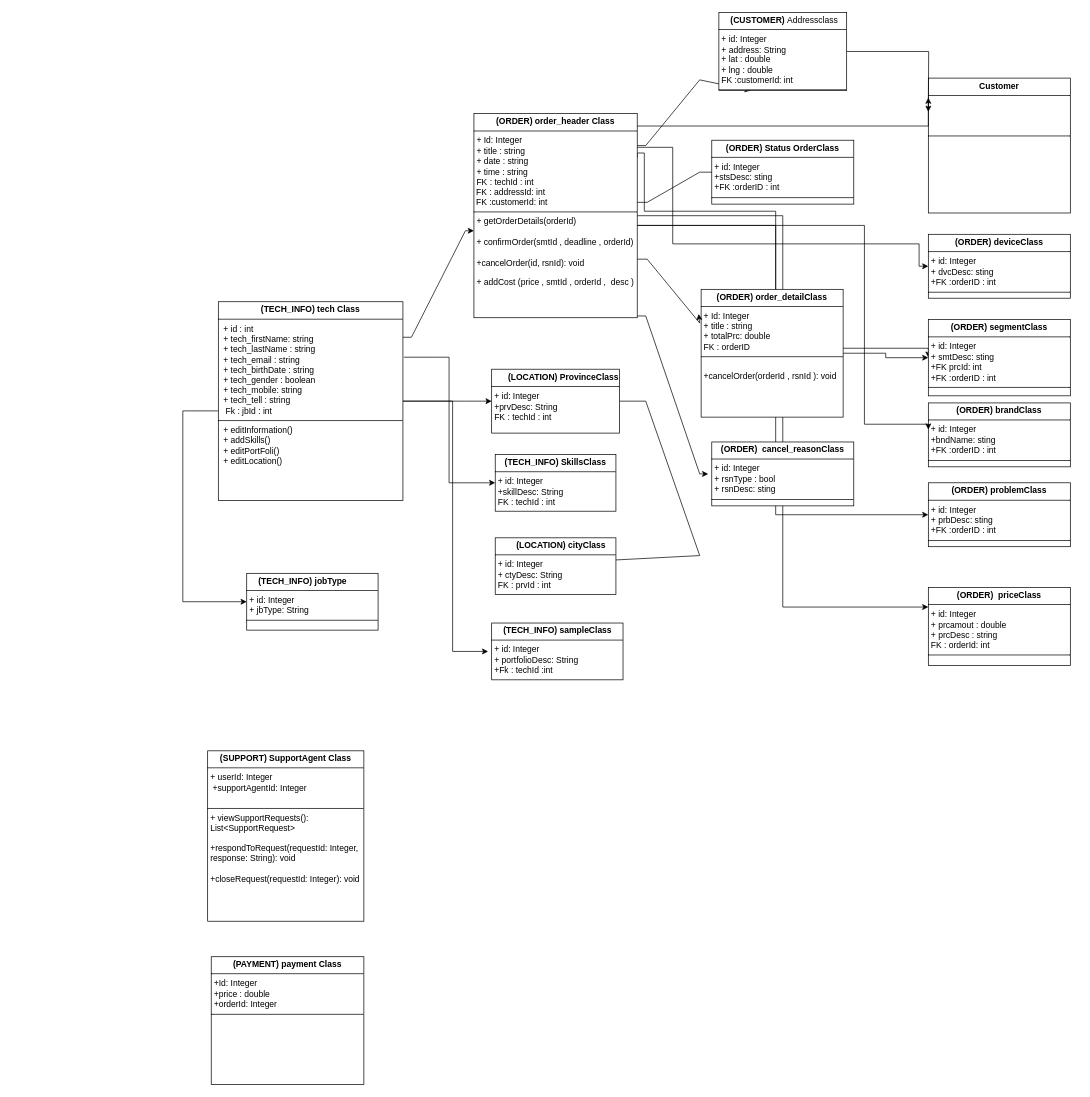
reyhanehSP/pwaTech keeps this draw.io diagram as tech.drawio. Above is the earlier version. Source tidied: cells renumbered, new cells numbered last; positions are measured from the earlier drawing's top-left corner, leaving out a move shared by most shapes. Both pictures are drawn from the tidied source at 71%, with x=0, y=0 at pixel (182, 12).
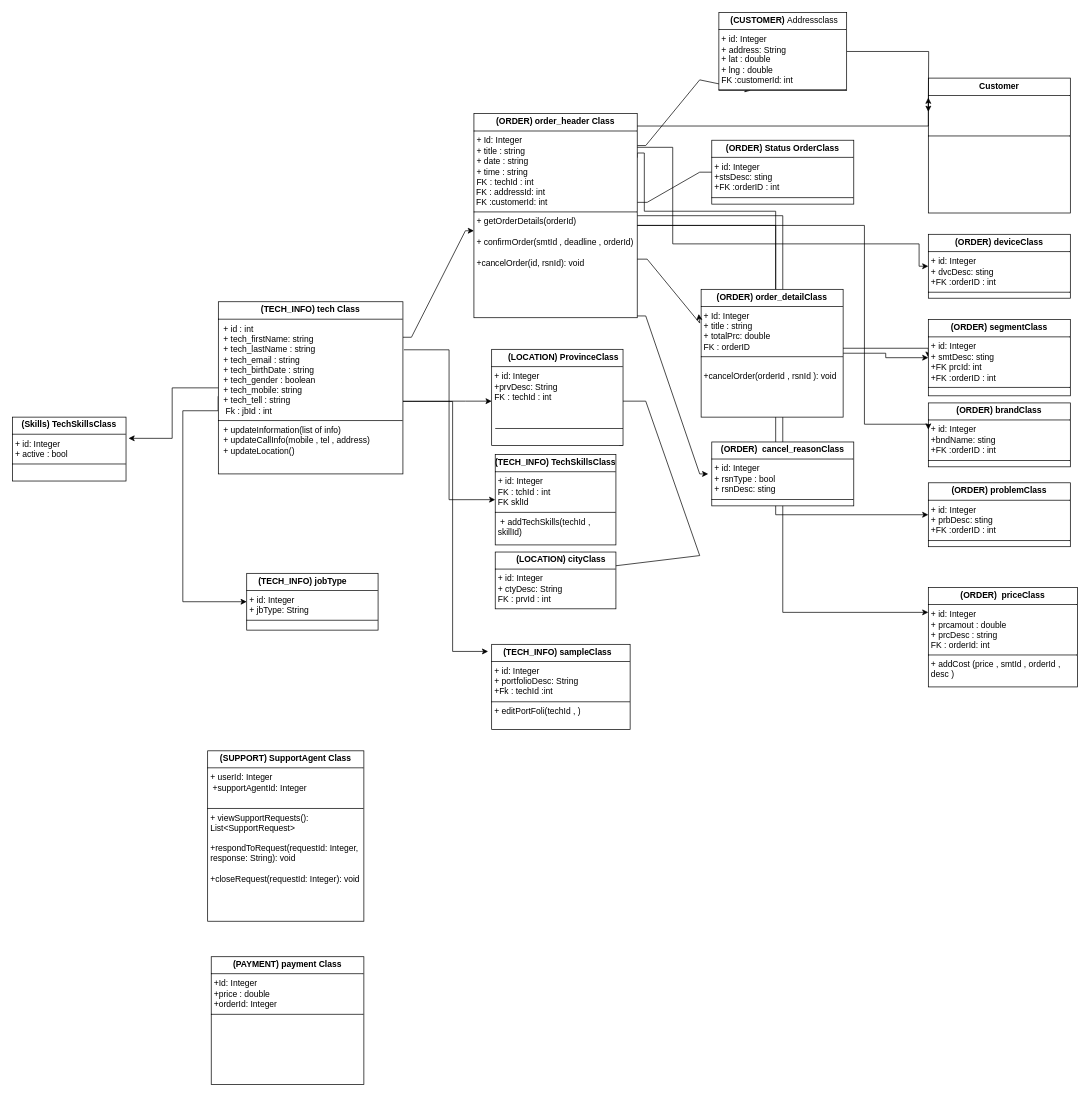
The same page after the edit.

Diff of the diagram source:
```diff
@@
-    <mxCell id="7" value="&lt;p style=&quot;margin:0px;margin-top:4px;text-align:center;&quot;&gt;&lt;b&gt;(TECH_INFO) tech Class&lt;/b&gt;&lt;/p&gt;&lt;hr size=&quot;1&quot; style=&quot;border-style:solid;&quot;&gt;&lt;p style=&quot;margin:0px;margin-left:4px;&quot;&gt;&amp;nbsp;+ id : int&lt;br&gt;&amp;nbsp;+ tech_firstName: string&lt;/p&gt;&lt;p style=&quot;margin:0px;margin-left:4px;&quot;&gt;&amp;nbsp;+&amp;nbsp;&lt;span style=&quot;background-color: initial;&quot;&gt;tech_&lt;/span&gt;&lt;span style=&quot;background-color: initial;&quot;&gt;lastName : string&lt;/span&gt;&lt;/p&gt;&lt;p style=&quot;margin:0px;margin-left:4px;&quot;&gt;&amp;nbsp;+&amp;nbsp;&lt;span style=&quot;background-color: initial;&quot;&gt;tech_&lt;/span&gt;&lt;span style=&quot;background-color: initial;&quot;&gt;email : string&lt;/span&gt;&lt;/p&gt;&lt;p style=&quot;margin:0px;margin-left:4px;&quot;&gt;&amp;nbsp;+ tech_birthDate : string&lt;/p&gt;&lt;p style=&quot;margin:0px;margin-left:4px;&quot;&gt;&amp;nbsp;+ tech_gender : boolean&lt;/p&gt;&lt;p style=&quot;margin:0px;margin-left:4px;&quot;&gt;&lt;span style=&quot;background-color: initial;&quot;&gt;&amp;nbsp;+ tech_mobile: string&lt;/span&gt;&lt;/p&gt;&lt;p style=&quot;margin:0px;margin-left:4px;&quot;&gt;&amp;nbsp;+ tech_tell : string&lt;/p&gt;&lt;p style=&quot;margin:0px;margin-left:4px;&quot;&gt;&amp;nbsp; Fk : jbId : int&lt;/p&gt;&lt;hr size=&quot;1&quot; style=&quot;border-style:solid;&quot;&gt;&lt;p style=&quot;margin:0px;margin-left:4px;&quot;&gt;&amp;nbsp;+ editInformation()&lt;br&gt;&amp;nbsp;+ addSkills()&lt;br&gt;&amp;nbsp;+ editPortFoli()&lt;br&gt;&amp;nbsp;+ editLocation()&lt;br&gt;&lt;/p&gt;" style="verticalAlign=top;align=left;overflow=fill;html=1;whiteSpace=wrap;" parent="1" vertex="1">
-      <mxGeometry x="50" y="407.5" width="260" height="280" as="geometry" />
+    <mxCell id="7" value="&lt;p style=&quot;margin:0px;margin-top:4px;text-align:center;&quot;&gt;&lt;b&gt;(TECH_INFO) tech Class&lt;/b&gt;&lt;/p&gt;&lt;hr size=&quot;1&quot; style=&quot;border-style:solid;&quot;&gt;&lt;p style=&quot;margin:0px;margin-left:4px;&quot;&gt;&amp;nbsp;+ id : int&lt;br&gt;&amp;nbsp;+ tech_firstName: string&lt;/p&gt;&lt;p style=&quot;margin:0px;margin-left:4px;&quot;&gt;&amp;nbsp;+&amp;nbsp;&lt;span style=&quot;background-color: initial;&quot;&gt;tech_&lt;/span&gt;&lt;span style=&quot;background-color: initial;&quot;&gt;lastName : string&lt;/span&gt;&lt;/p&gt;&lt;p style=&quot;margin:0px;margin-left:4px;&quot;&gt;&amp;nbsp;+&amp;nbsp;&lt;span style=&quot;background-color: initial;&quot;&gt;tech_&lt;/span&gt;&lt;span style=&quot;background-color: initial;&quot;&gt;email : string&lt;/span&gt;&lt;/p&gt;&lt;p style=&quot;margin:0px;margin-left:4px;&quot;&gt;&amp;nbsp;+ tech_birthDate : string&lt;/p&gt;&lt;p style=&quot;margin:0px;margin-left:4px;&quot;&gt;&amp;nbsp;+ tech_gender : boolean&lt;/p&gt;&lt;p style=&quot;margin:0px;margin-left:4px;&quot;&gt;&lt;span style=&quot;background-color: initial;&quot;&gt;&amp;nbsp;+ tech_mobile: string&lt;/span&gt;&lt;/p&gt;&lt;p style=&quot;margin:0px;margin-left:4px;&quot;&gt;&amp;nbsp;+ tech_tell : string&lt;/p&gt;&lt;p style=&quot;margin:0px;margin-left:4px;&quot;&gt;&amp;nbsp; Fk : jbId : int&lt;/p&gt;&lt;hr size=&quot;1&quot; style=&quot;border-style:solid;&quot;&gt;&lt;p style=&quot;margin:0px;margin-left:4px;&quot;&gt;&amp;nbsp;+ updateInformation(list of info)&lt;/p&gt;&lt;p style=&quot;margin:0px;margin-left:4px;&quot;&gt;&amp;nbsp;+ updateCallInfo(mobile , tel , address)&lt;br&gt;&amp;nbsp;+ updateLocation()&lt;br&gt;&amp;nbsp;&lt;br&gt;&amp;nbsp;&lt;br&gt;&lt;/p&gt;" style="verticalAlign=top;align=left;overflow=fill;html=1;whiteSpace=wrap;" parent="1" vertex="1">
+      <mxGeometry x="50" y="407.5" width="260" height="242.5" as="geometry" />
     </mxCell>
-    <mxCell id="8" value="&lt;p style=&quot;margin:0px;margin-top:4px;text-align:center;&quot;&gt;&lt;b style=&quot;background-color: initial;&quot;&gt;(&lt;/b&gt;&lt;b&gt;TECH_INFO&lt;/b&gt;&lt;b style=&quot;background-color: initial;&quot;&gt;)&amp;nbsp;&lt;/b&gt;&lt;b&gt;&lt;span style=&quot;background-color: initial; text-align: left;&quot;&gt;SkillsC&lt;/span&gt;lass&lt;/b&gt;&lt;/p&gt;&lt;hr size=&quot;1&quot; style=&quot;border-style:solid;&quot;&gt;&lt;p style=&quot;margin:0px;margin-left:4px;&quot;&gt;+ id: Integer&lt;/p&gt;&lt;p style=&quot;margin:0px;margin-left:4px;&quot;&gt;+skillDesc: String&lt;/p&gt;&lt;p style=&quot;margin:0px;margin-left:4px;&quot;&gt;FK : techId : int&lt;/p&gt;&lt;hr size=&quot;1&quot; style=&quot;border-style:solid;&quot;&gt;&lt;p style=&quot;margin:0px;margin-left:4px;&quot;&gt;&lt;br&gt;&lt;/p&gt;" style="verticalAlign=top;align=left;overflow=fill;html=1;whiteSpace=wrap;" parent="1" vertex="1">
-      <mxGeometry x="440" y="622.5" width="170" height="80" as="geometry" />
+    <mxCell id="8" value="&lt;p style=&quot;margin:0px;margin-top:4px;text-align:center;&quot;&gt;&lt;b style=&quot;background-color: initial;&quot;&gt;(&lt;/b&gt;&lt;b&gt;TECH_INFO&lt;/b&gt;&lt;b style=&quot;background-color: initial;&quot;&gt;) Tech&lt;/b&gt;&lt;b&gt;&lt;span style=&quot;background-color: initial; text-align: left;&quot;&gt;SkillsC&lt;/span&gt;lass&lt;/b&gt;&lt;/p&gt;&lt;hr size=&quot;1&quot; style=&quot;border-style:solid;&quot;&gt;&lt;p style=&quot;margin:0px;margin-left:4px;&quot;&gt;+ id: Integer&lt;/p&gt;&lt;p style=&quot;margin:0px;margin-left:4px;&quot;&gt;FK : tchId : int&lt;/p&gt;&lt;p style=&quot;margin:0px;margin-left:4px;&quot;&gt;FK sklId&lt;/p&gt;&lt;hr size=&quot;1&quot; style=&quot;border-style:solid;&quot;&gt;&lt;p style=&quot;margin:0px;margin-left:4px;&quot;&gt;&amp;nbsp;+ addTech&lt;span style=&quot;background-color: initial;&quot;&gt;Skills(techId , skillId)&lt;/span&gt;&lt;/p&gt;" style="verticalAlign=top;align=left;overflow=fill;html=1;whiteSpace=wrap;" parent="1" vertex="1">
+      <mxGeometry x="440" y="622.5" width="170" height="127.5" as="geometry" />
     </mxCell>
@@
-    <mxCell id="14" value="&lt;p style=&quot;margin:0px;margin-top:4px;text-align:center;&quot;&gt;&lt;b&gt;(ORDER)&amp;nbsp;&lt;/b&gt;&lt;b style=&quot;background-color: initial;&quot;&gt;order_header Class&lt;/b&gt;&lt;/p&gt;&lt;hr size=&quot;1&quot; style=&quot;border-style:solid;&quot;&gt;&lt;p style=&quot;margin:0px;margin-left:4px;&quot;&gt;+ Id: Integer&lt;/p&gt;&lt;p style=&quot;margin:0px;margin-left:4px;&quot;&gt;+ title : string&lt;/p&gt;&lt;p style=&quot;margin:0px;margin-left:4px;&quot;&gt;+ date : string&lt;br&gt;+ time : string&lt;br&gt;&lt;/p&gt;&lt;p style=&quot;margin:0px;margin-left:4px;&quot;&gt;&lt;span style=&quot;background-color: initial;&quot;&gt;FK : techId : int&lt;/span&gt;&lt;/p&gt;&amp;nbsp;FK : addressId: int&lt;div&gt;&amp;nbsp;FK :customerId: int&lt;br&gt;&lt;hr size=&quot;1&quot; style=&quot;border-style:solid;&quot;&gt;&lt;p style=&quot;margin:0px;margin-left:4px;&quot;&gt;+ getOrderDetails(orderId)&lt;/p&gt;&lt;p style=&quot;margin:0px;margin-left:4px;&quot;&gt;&lt;br&gt;+ confirmOrder(smtId , deadline , orderId)&lt;/p&gt;&lt;p style=&quot;margin:0px;margin-left:4px;&quot;&gt;&lt;br&gt;&lt;/p&gt;&lt;p style=&quot;margin:0px;margin-left:4px;&quot;&gt;+cancelOrder(id, rsnId): void&lt;/p&gt;&lt;p style=&quot;margin:0px;margin-left:4px;&quot;&gt;&amp;nbsp;&lt;/p&gt;&lt;p style=&quot;margin:0px;margin-left:4px;&quot;&gt;+ addCost (price , smtId , orderId ,&amp;nbsp; desc )&lt;br&gt;&lt;br&gt;&lt;/p&gt;&lt;/div&gt;" style="verticalAlign=top;align=left;overflow=fill;html=1;whiteSpace=wrap;" parent="1" vertex="1">
+    <mxCell id="14" value="&lt;p style=&quot;margin:0px;margin-top:4px;text-align:center;&quot;&gt;&lt;b&gt;(ORDER)&amp;nbsp;&lt;/b&gt;&lt;b style=&quot;background-color: initial;&quot;&gt;order_header Class&lt;/b&gt;&lt;/p&gt;&lt;hr size=&quot;1&quot; style=&quot;border-style:solid;&quot;&gt;&lt;p style=&quot;margin:0px;margin-left:4px;&quot;&gt;+ Id: Integer&lt;/p&gt;&lt;p style=&quot;margin:0px;margin-left:4px;&quot;&gt;+ title : string&lt;/p&gt;&lt;p style=&quot;margin:0px;margin-left:4px;&quot;&gt;+ date : string&lt;br&gt;+ time : string&lt;br&gt;&lt;/p&gt;&lt;p style=&quot;margin:0px;margin-left:4px;&quot;&gt;&lt;span style=&quot;background-color: initial;&quot;&gt;FK : techId : int&lt;/span&gt;&lt;/p&gt;&amp;nbsp;FK : addressId: int&lt;div&gt;&amp;nbsp;FK :customerId: int&lt;br&gt;&lt;hr size=&quot;1&quot; style=&quot;border-style:solid;&quot;&gt;&lt;p style=&quot;margin:0px;margin-left:4px;&quot;&gt;+ getOrderDetails(orderId)&lt;/p&gt;&lt;p style=&quot;margin:0px;margin-left:4px;&quot;&gt;&lt;br&gt;+ confirmOrder(smtId , deadline , orderId)&lt;/p&gt;&lt;p style=&quot;margin:0px;margin-left:4px;&quot;&gt;&lt;br&gt;&lt;/p&gt;&lt;p style=&quot;margin:0px;margin-left:4px;&quot;&gt;+cancelOrder(id, rsnId): void&lt;/p&gt;&lt;p style=&quot;margin:0px;margin-left:4px;&quot;&gt;&amp;nbsp;&lt;/p&gt;&lt;p style=&quot;margin:0px;margin-left:4px;&quot;&gt;&lt;br&gt;&lt;br&gt;&lt;/p&gt;&lt;/div&gt;" style="verticalAlign=top;align=left;overflow=fill;html=1;whiteSpace=wrap;" parent="1" vertex="1">
       <mxGeometry x="410" y="142.5" width="230" height="287.5" as="geometry" />
     </mxCell>
@@
+    <mxCell id="40" style="edgeStyle=orthogonalEdgeStyle;rounded=0;jettySize=auto;html=1;exitX=1;exitY=1;exitDx=0;exitDy=0;" parent="1" edge="1" source="22">
+      <mxGeometry relative="1" as="geometry">
+        <mxPoint x="615.1" y="600" as="targetPoint" />
+      </mxGeometry>
+    </mxCell>
-    <mxCell id="22" value="&lt;p style=&quot;text-align: left; margin: 4px 0px 0px;&quot;&gt;&lt;b style=&quot;background-color: initial;&quot;&gt;&amp;nbsp; &amp;nbsp; &amp;nbsp; &amp;nbsp;(&lt;/b&gt;&lt;b style=&quot;background-color: initial;&quot;&gt;LOCATION&lt;/b&gt;&lt;b style=&quot;background-color: initial;&quot;&gt;) &lt;/b&gt;&lt;span style=&quot;background-color: initial;&quot;&gt;&lt;b&gt;ProvinceC&lt;/b&gt;&lt;/span&gt;&lt;b&gt;lass&lt;/b&gt;&lt;/p&gt;&lt;hr size=&quot;1&quot; style=&quot;border-style:solid;&quot;&gt;&lt;p style=&quot;margin:0px;margin-left:4px;&quot;&gt;+ id: Integer&lt;/p&gt;&lt;p style=&quot;margin:0px;margin-left:4px;&quot;&gt;+prvDesc: String&lt;br&gt;FK : techId : int&lt;br&gt;&lt;/p&gt;&lt;p style=&quot;margin:0px;margin-left:4px;&quot;&gt;&lt;br&gt;&lt;/p&gt;" style="verticalAlign=top;align=left;overflow=fill;html=1;whiteSpace=wrap;" parent="1" vertex="1">
-      <mxGeometry x="435" y="502.5" width="180" height="90" as="geometry" />
+    <mxCell id="22" value="&lt;p style=&quot;text-align: left; margin: 4px 0px 0px;&quot;&gt;&lt;b style=&quot;background-color: initial;&quot;&gt;&amp;nbsp; &amp;nbsp; &amp;nbsp; &amp;nbsp;(&lt;/b&gt;&lt;b style=&quot;background-color: initial;&quot;&gt;LOCATION&lt;/b&gt;&lt;b style=&quot;background-color: initial;&quot;&gt;) &lt;/b&gt;&lt;span style=&quot;background-color: initial;&quot;&gt;&lt;b&gt;ProvinceC&lt;/b&gt;&lt;/span&gt;&lt;b&gt;lass&lt;/b&gt;&lt;/p&gt;&lt;hr size=&quot;1&quot; style=&quot;border-style:solid;&quot;&gt;&lt;p style=&quot;margin:0px;margin-left:4px;&quot;&gt;+ id: Integer&lt;/p&gt;&lt;p style=&quot;margin:0px;margin-left:4px;&quot;&gt;+prvDesc: String&lt;br&gt;FK : techId : int&lt;/p&gt;" style="verticalAlign=top;align=left;overflow=fill;html=1;whiteSpace=wrap;" parent="1" vertex="1">
+      <mxGeometry x="435" y="474.5" width="185" height="135.5" as="geometry" />
     </mxCell>
     <mxCell id="23" value="&lt;p style=&quot;text-align: left; margin: 4px 0px 0px;&quot;&gt;&lt;b style=&quot;background-color: initial;&quot;&gt;&amp;nbsp; &amp;nbsp; &amp;nbsp; &amp;nbsp; &amp;nbsp;(LOCATION) cityClass&lt;/b&gt;&lt;/p&gt;&lt;hr size=&quot;1&quot; style=&quot;border-style:solid;&quot;&gt;&lt;p style=&quot;margin:0px;margin-left:4px;&quot;&gt;+ id: Integer&lt;/p&gt;&lt;p style=&quot;margin:0px;margin-left:4px;&quot;&gt;+ ctyDesc: String&lt;br&gt;FK :&amp;nbsp;&lt;span style=&quot;background-color: initial;&quot;&gt;prvId&lt;/span&gt;&lt;span style=&quot;background-color: initial;&quot;&gt;&amp;nbsp;: int&lt;/span&gt;&lt;/p&gt;&lt;hr size=&quot;1&quot; style=&quot;border-style:solid;&quot;&gt;&lt;p style=&quot;margin:0px;margin-left:4px;&quot;&gt;&lt;br&gt;&lt;/p&gt;" style="verticalAlign=top;align=left;overflow=fill;html=1;whiteSpace=wrap;" parent="1" vertex="1">
-      <mxGeometry x="440" y="740" width="170" height="80" as="geometry" />
+      <mxGeometry x="440" y="760" width="170" height="80" as="geometry" />
     </mxCell>
-    <mxCell id="24" value="&lt;p style=&quot;text-align: left; margin: 4px 0px 0px;&quot;&gt;&lt;b style=&quot;background-color: initial;&quot;&gt;&amp;nbsp; &amp;nbsp; &amp;nbsp;(&lt;/b&gt;&lt;b style=&quot;text-align: center;&quot;&gt;TECH_INFO&lt;/b&gt;&lt;b style=&quot;background-color: initial;&quot;&gt;)&amp;nbsp;&lt;/b&gt;&lt;span style=&quot;background-color: initial;&quot;&gt;&lt;b&gt;sampleClass&lt;/b&gt;&lt;/span&gt;&lt;/p&gt;&lt;hr size=&quot;1&quot; style=&quot;border-style:solid;&quot;&gt;&lt;p style=&quot;margin:0px;margin-left:4px;&quot;&gt;+ id: Integer&lt;/p&gt;&lt;p style=&quot;margin:0px;margin-left:4px;&quot;&gt;+ p&lt;span style=&quot;background-color: initial;&quot;&gt;ortfolio&lt;/span&gt;&lt;span style=&quot;background-color: initial;&quot;&gt;Desc: String&lt;/span&gt;&lt;/p&gt;&lt;p style=&quot;margin:0px;margin-left:4px;&quot;&gt;&lt;span style=&quot;background-color: initial;&quot;&gt;+Fk : techId :int&lt;/span&gt;&lt;/p&gt;&lt;hr size=&quot;1&quot; style=&quot;border-style:solid;&quot;&gt;&lt;p style=&quot;margin:0px;margin-left:4px;&quot;&gt;&lt;br&gt;&lt;/p&gt;" style="verticalAlign=top;align=left;overflow=fill;html=1;whiteSpace=wrap;" parent="1" vertex="1">
-      <mxGeometry x="435" y="860" width="185" height="80" as="geometry" />
+    <mxCell id="24" value="&lt;p style=&quot;text-align: left; margin: 4px 0px 0px;&quot;&gt;&lt;b style=&quot;background-color: initial;&quot;&gt;&amp;nbsp; &amp;nbsp; &amp;nbsp;(&lt;/b&gt;&lt;b style=&quot;text-align: center;&quot;&gt;TECH_INFO&lt;/b&gt;&lt;b style=&quot;background-color: initial;&quot;&gt;)&amp;nbsp;&lt;/b&gt;&lt;span style=&quot;background-color: initial;&quot;&gt;&lt;b&gt;sampleClass&lt;/b&gt;&lt;/span&gt;&lt;/p&gt;&lt;hr size=&quot;1&quot; style=&quot;border-style:solid;&quot;&gt;&lt;p style=&quot;margin:0px;margin-left:4px;&quot;&gt;+ id: Integer&lt;/p&gt;&lt;p style=&quot;margin:0px;margin-left:4px;&quot;&gt;+ p&lt;span style=&quot;background-color: initial;&quot;&gt;ortfolio&lt;/span&gt;&lt;span style=&quot;background-color: initial;&quot;&gt;Desc: String&lt;/span&gt;&lt;/p&gt;&lt;p style=&quot;margin:0px;margin-left:4px;&quot;&gt;&lt;span style=&quot;background-color: initial;&quot;&gt;+Fk : techId :int&lt;/span&gt;&lt;/p&gt;&lt;hr size=&quot;1&quot; style=&quot;border-style:solid;&quot;&gt;&lt;p style=&quot;margin:0px;margin-left:4px;&quot;&gt;+ editPortFoli(techId , )&lt;br&gt;&lt;/p&gt;" style="verticalAlign=top;align=left;overflow=fill;html=1;whiteSpace=wrap;" parent="1" vertex="1">
+      <mxGeometry x="435" y="890" width="195" height="120" as="geometry" />
     </mxCell>
@@
-    <mxCell id="38" value="&lt;p style=&quot;margin:0px;margin-top:4px;text-align:center;&quot;&gt;&lt;b&gt;(&lt;/b&gt;&lt;b&gt;ORDER&lt;/b&gt;&lt;span style=&quot;background-color: initial;&quot;&gt;&lt;b&gt;)&amp;nbsp; priceClass&lt;/b&gt;&lt;/span&gt;&lt;/p&gt;&lt;hr size=&quot;1&quot; style=&quot;border-style:solid;&quot;&gt;&lt;p style=&quot;margin:0px;margin-left:4px;&quot;&gt;+ id: Integer&lt;/p&gt;&lt;p style=&quot;margin:0px;margin-left:4px;&quot;&gt;+ prcamout : double&lt;br&gt;+ prcDesc : string&lt;/p&gt;&lt;p style=&quot;margin:0px;margin-left:4px;&quot;&gt;FK : orderId: int&lt;/p&gt;&lt;hr size=&quot;1&quot; style=&quot;border-style:solid;&quot;&gt;&lt;p style=&quot;margin:0px;margin-left:4px;&quot;&gt;&lt;br&gt;&lt;br&gt;&lt;br&gt;&lt;/p&gt;" style="verticalAlign=top;align=left;overflow=fill;html=1;whiteSpace=wrap;" parent="1" vertex="1">
-      <mxGeometry x="1050" y="810" width="200" height="110" as="geometry" />
+    <mxCell id="38" value="&lt;p style=&quot;margin:0px;margin-top:4px;text-align:center;&quot;&gt;&lt;b&gt;(&lt;/b&gt;&lt;b&gt;ORDER&lt;/b&gt;&lt;span style=&quot;background-color: initial;&quot;&gt;&lt;b&gt;)&amp;nbsp; priceClass&lt;/b&gt;&lt;/span&gt;&lt;/p&gt;&lt;hr size=&quot;1&quot; style=&quot;border-style:solid;&quot;&gt;&lt;p style=&quot;margin:0px;margin-left:4px;&quot;&gt;+ id: Integer&lt;/p&gt;&lt;p style=&quot;margin:0px;margin-left:4px;&quot;&gt;+ prcamout : double&lt;br&gt;+ prcDesc : string&lt;/p&gt;&lt;p style=&quot;margin:0px;margin-left:4px;&quot;&gt;FK : orderId: int&lt;/p&gt;&lt;hr size=&quot;1&quot; style=&quot;border-style:solid;&quot;&gt;&lt;p style=&quot;margin:0px;margin-left:4px;&quot;&gt;+ addCost (price , smtId , orderId ,&amp;nbsp; desc )&lt;br&gt;&lt;br&gt;&lt;br&gt;&lt;/p&gt;" style="verticalAlign=top;align=left;overflow=fill;html=1;whiteSpace=wrap;" parent="1" vertex="1">
+      <mxGeometry x="1050" y="810" width="210" height="140" as="geometry" />
     </mxCell>
@@
+    <mxCell id="41" style="line;strokeWidth=1;fillColor=none;align=left;verticalAlign=middle;spacingTop=-1;spacingLeft=3;spacingRight=3;labelPosition=right;strokeColor=inherit;" parent="1" vertex="1">
+      <mxGeometry x="440" y="582" width="180" height="8" as="geometry" />
+    </mxCell>
+    <mxCell id="42" value="&lt;p style=&quot;margin:0px;margin-top:4px;text-align:center;&quot;&gt;&lt;b style=&quot;background-color: initial;&quot;&gt;(Skills&lt;/b&gt;&lt;b style=&quot;background-color: initial;&quot;&gt;) Tech&lt;/b&gt;&lt;b&gt;&lt;span style=&quot;background-color: initial; text-align: left;&quot;&gt;SkillsC&lt;/span&gt;lass&lt;/b&gt;&lt;/p&gt;&lt;hr size=&quot;1&quot; style=&quot;border-style:solid;&quot;&gt;&lt;p style=&quot;margin:0px;margin-left:4px;&quot;&gt;+ id: Integer&lt;/p&gt;&lt;p style=&quot;margin:0px;margin-left:4px;&quot;&gt;+ active : bool&lt;/p&gt;&lt;hr size=&quot;1&quot; style=&quot;border-style:solid;&quot;&gt;&lt;p style=&quot;margin:0px;margin-left:4px;&quot;&gt;&lt;br&gt;&lt;/p&gt;" style="verticalAlign=top;align=left;overflow=fill;html=1;whiteSpace=wrap;" parent="1" vertex="1">
+      <mxGeometry x="-240" y="570" width="160" height="90" as="geometry" />
+    </mxCell>
+    <mxCell id="43" style="edgeStyle=orthogonalEdgeStyle;rounded=0;jettySize=auto;html=1;entryX=1.022;entryY=0.332;entryDx=0;entryDy=0;entryPerimeter=0;" parent="1" edge="1" source="7" target="42">
+      <mxGeometry relative="1" as="geometry" />
+    </mxCell>
```
